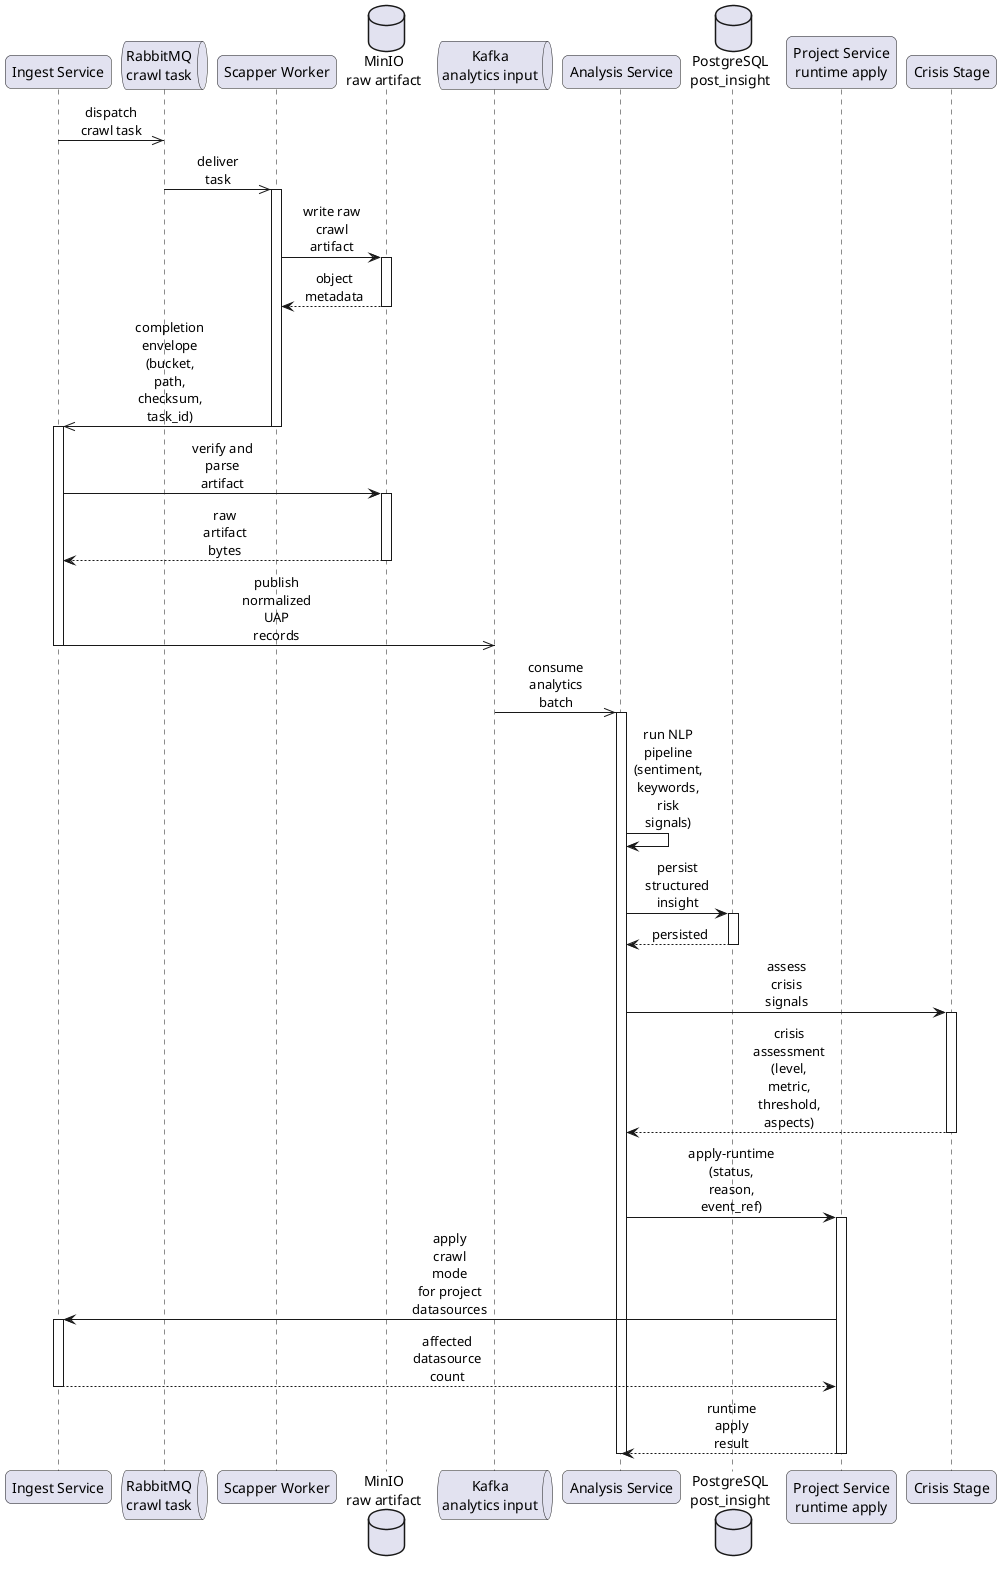
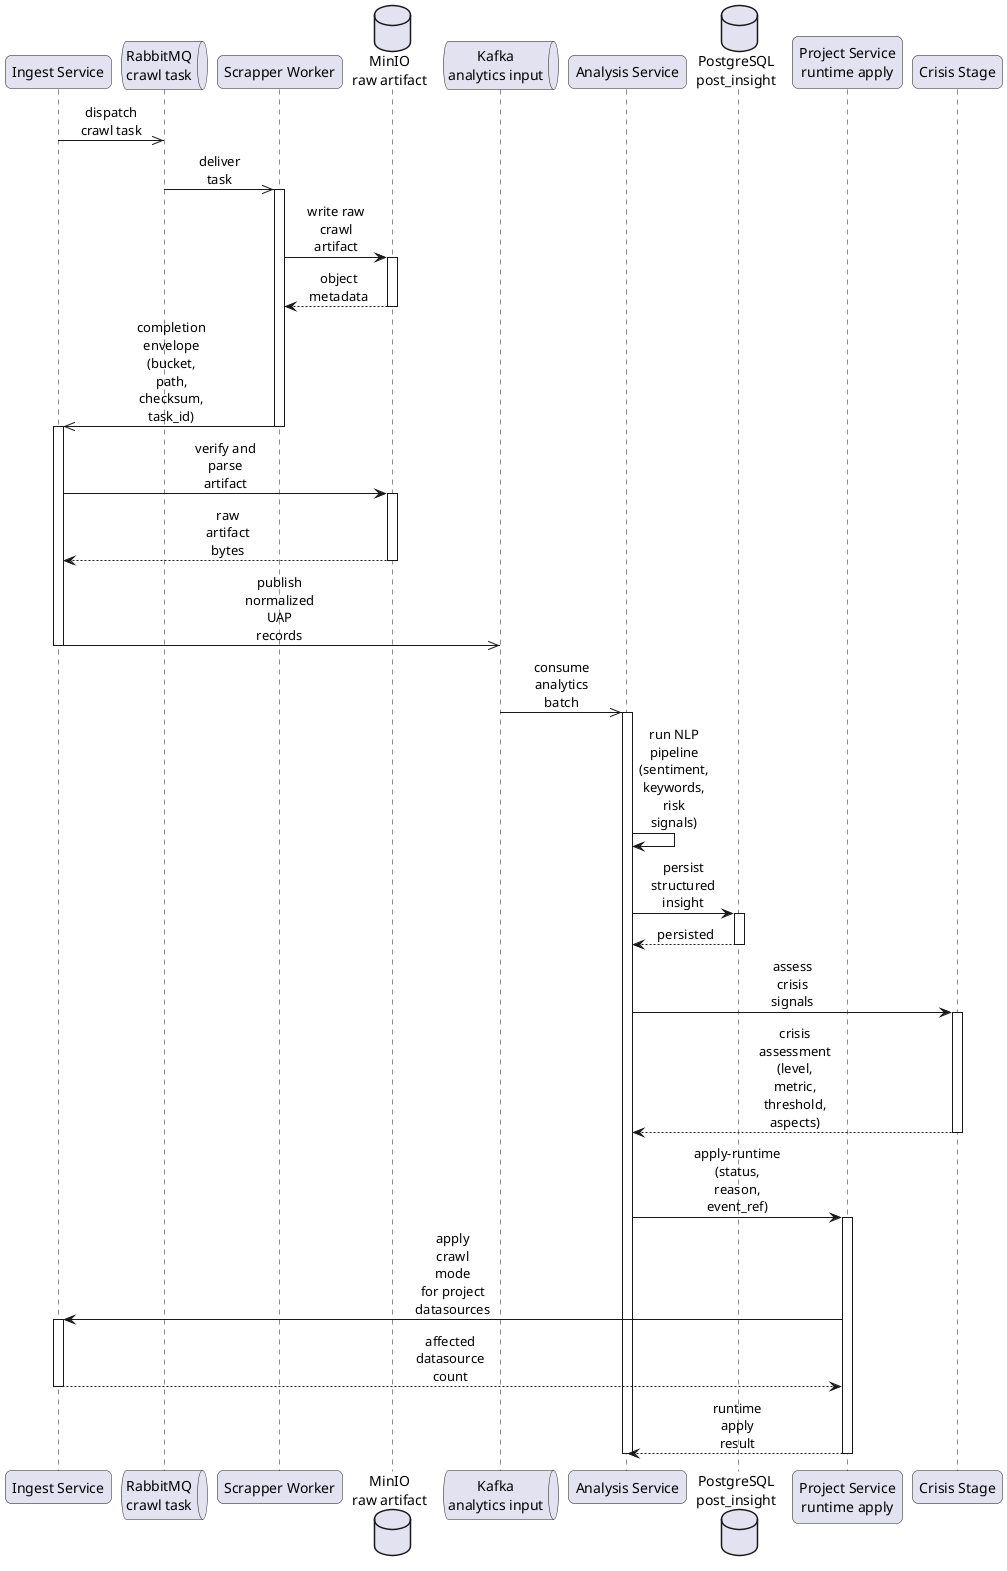
@startuml
skinparam defaultFontName Arial
skinparam shadowing false
skinparam sequenceMessageAlign center
skinparam responseMessageBelowArrow true
skinparam maxMessageSize 68
skinparam roundcorner 12

participant "Ingest Service" as IngestService
queue "RabbitMQ\ncrawl task" as RabbitMQ
- participant "Scapper Worker" as ScapperWorker
+ participant "Scrapper Worker" as ScrapperWorker
database "MinIO\nraw artifact" as MinIO
queue "Kafka\nanalytics input" as AnalyticsInput
participant "Analysis Service" as AnalysisService
database "PostgreSQL\npost_insight" as PostInsight
participant "Project Service\nruntime apply" as ProjectService
participant "Crisis Stage" as CrisisStage

IngestService ->> RabbitMQ : dispatch crawl task
- RabbitMQ ->> ScapperWorker : deliver task
- activate ScapperWorker
- ScapperWorker -> MinIO : write raw crawl artifact
+ RabbitMQ ->> ScrapperWorker : deliver task
+ activate ScrapperWorker
+ ScrapperWorker -> MinIO : write raw crawl artifact
activate MinIO
- MinIO --> ScapperWorker : object metadata
+ MinIO --> ScrapperWorker : object metadata
deactivate MinIO
- ScapperWorker ->> IngestService : completion envelope\n(bucket, path, checksum, task_id)
- deactivate ScapperWorker
+ ScrapperWorker ->> IngestService : completion envelope\n(bucket, path, checksum, task_id)
+ deactivate ScrapperWorker

activate IngestService
IngestService -> MinIO : verify and parse artifact
activate MinIO
MinIO --> IngestService : raw artifact bytes
deactivate MinIO
IngestService ->> AnalyticsInput : publish normalized UAP records
deactivate IngestService

AnalyticsInput ->> AnalysisService : consume analytics batch
activate AnalysisService
AnalysisService -> AnalysisService : run NLP pipeline\n(sentiment, keywords, risk signals)
AnalysisService -> PostInsight : persist structured insight
activate PostInsight
PostInsight --> AnalysisService : persisted
deactivate PostInsight
AnalysisService -> CrisisStage : assess crisis signals
activate CrisisStage
CrisisStage --> AnalysisService : crisis assessment\n(level, metric, threshold, aspects)
deactivate CrisisStage
AnalysisService -> ProjectService : apply-runtime\n(status, reason, event_ref)
activate ProjectService
ProjectService -> IngestService : apply crawl mode\nfor project datasources
activate IngestService
IngestService --> ProjectService : affected datasource count
deactivate IngestService
ProjectService --> AnalysisService : runtime apply result
deactivate ProjectService
deactivate AnalysisService
@enduml
